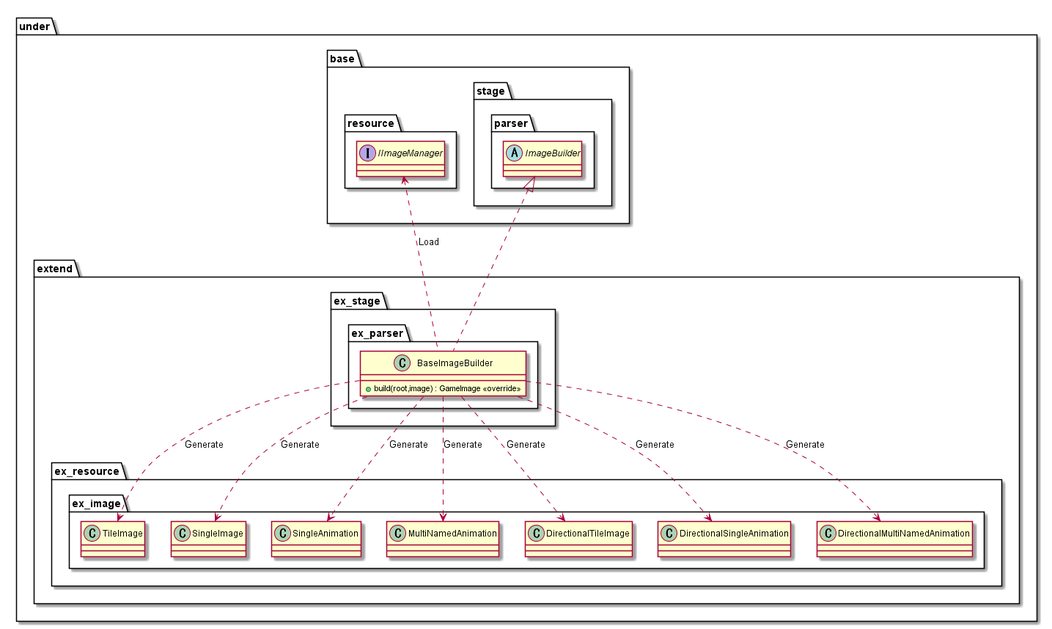
Expine/Under keeps this PlantUML diagram as out/uml/parser/Image/ParserImage.png. Above is the earlier version.
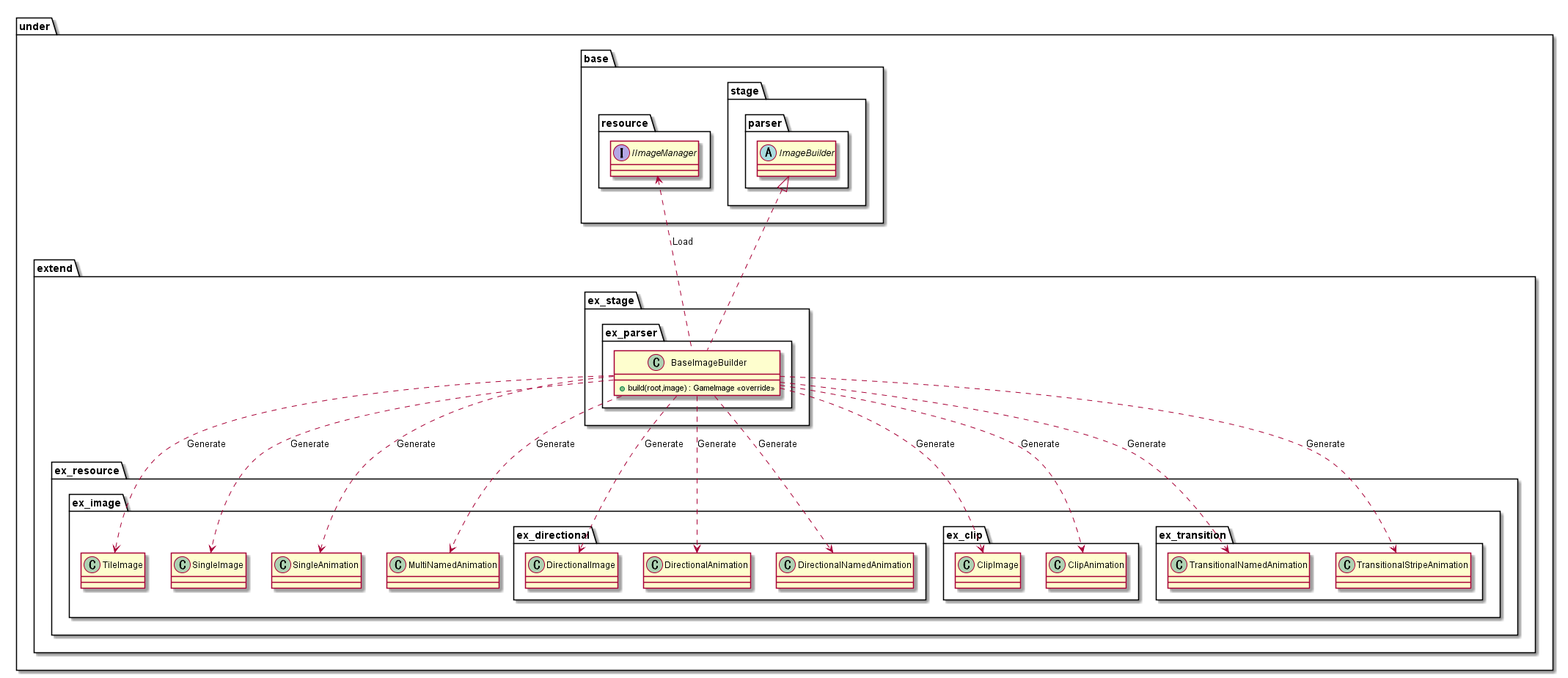
Above is the later version.

Diff of the diagram source:
```diff
@@ -30,9 +30,19 @@
                 class SingleImage
                 class SingleAnimation
                 class MultiNamedAnimation
-                class DirectionalTileImage
-                class DirectionalSingleAnimation
-                class DirectionalMultiNamedAnimation
+                package ex_directional {
+                    class DirectionalImage
+                    class DirectionalAnimation
+                    class DirectionalNamedAnimation
+                }
+                package ex_clip {
+                    class ClipImage
+                    class ClipAnimation
+                }
+                package ex_transition {
+                    class TransitionalNamedAnimation
+                    class TransitionalStripeAnimation
+                }
             }
         }
     }
@@ -42,9 +52,16 @@
 BaseImageBuilder ..> SingleImage : Generate
 BaseImageBuilder ..> SingleAnimation : Generate
 BaseImageBuilder ..> MultiNamedAnimation : Generate
-BaseImageBuilder ..> DirectionalTileImage : Generate
-BaseImageBuilder ..> DirectionalSingleAnimation : Generate
-BaseImageBuilder ..> DirectionalMultiNamedAnimation : Generate
+
+BaseImageBuilder ..> TransitionalNamedAnimation : Generate
+BaseImageBuilder ..> TransitionalStripeAnimation : Generate
+
+BaseImageBuilder ..> ClipImage : Generate
+BaseImageBuilder ..> ClipAnimation : Generate
+
+BaseImageBuilder ..> DirectionalImage : Generate
+BaseImageBuilder ..> DirectionalAnimation : Generate
+BaseImageBuilder ..> DirectionalNamedAnimation : Generate
 
 IImageManager <.. BaseImageBuilder : Load
 
```
